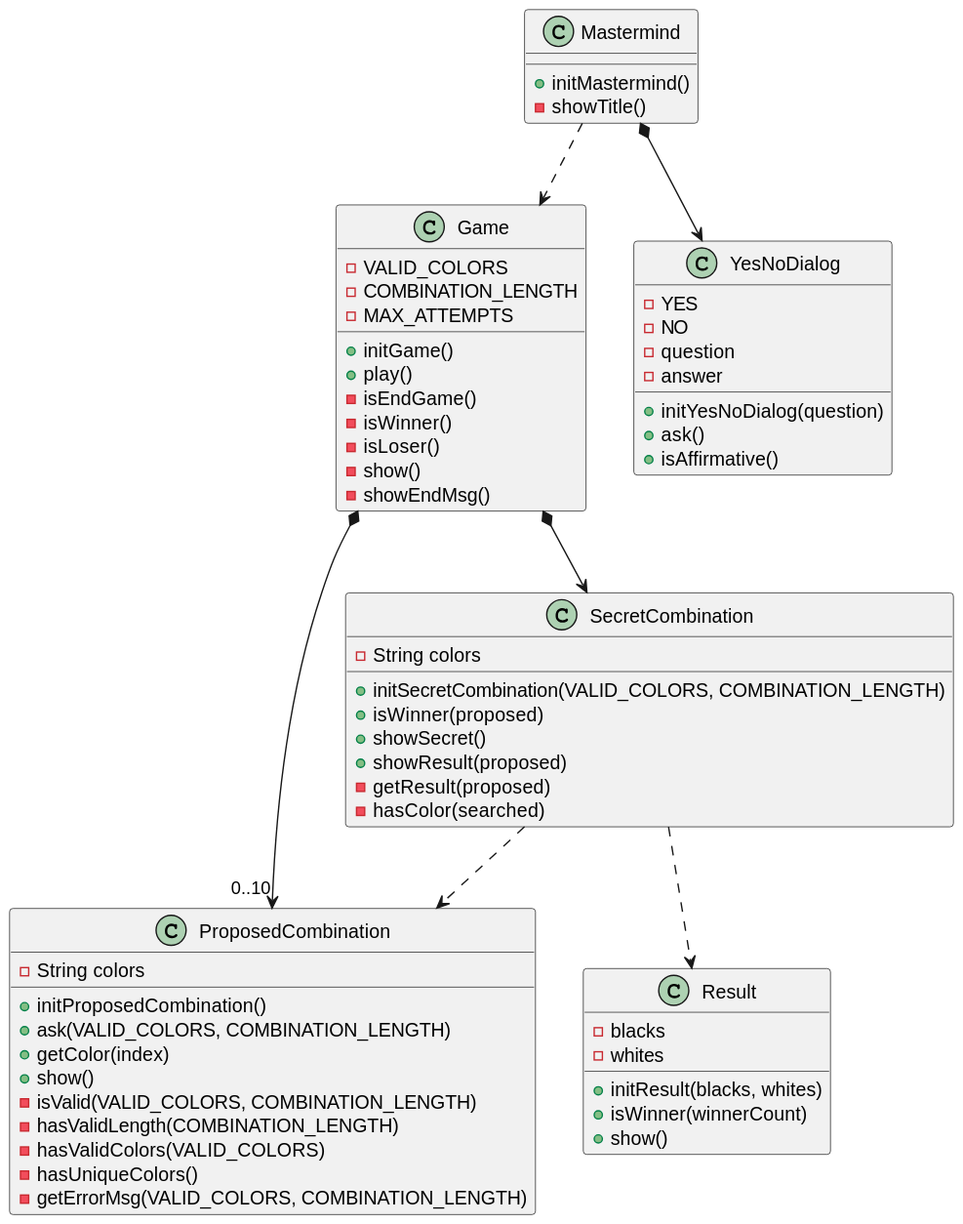
The PlantUML diagram docs/dev-resume/analysis.svg in PabloMartinFluvia/myGame-mastermind, before a commit.
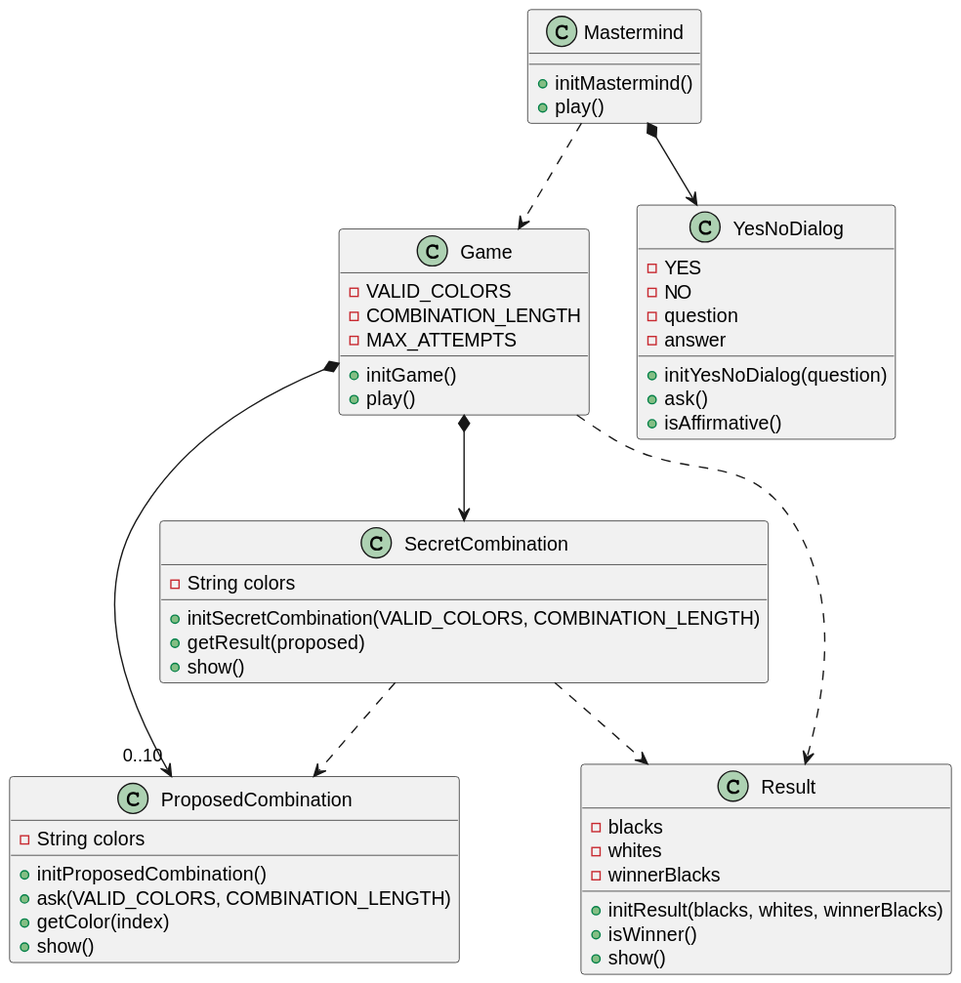
The same diagram one commit later.

What changed in the source:
```diff
@@ -2,7 +2,7 @@
 class Mastermind{
 
     + initMastermind()
-    - showTitle()
+    + play()
 }
 Mastermind ..> Game
 Mastermind *--> YesNoDialog
@@ -14,24 +14,17 @@
 
     + initGame()
     + play()
-    - isEndGame()
-    - isWinner()
-    - isLoser()
-    - show()
-    - showEndMsg()
 }
 Game *--> SecretCombination
 Game *--> "0..10" ProposedCombination
+Game .down.> Result
 
 class SecretCombination{
     - String colors
 
     + initSecretCombination(VALID_COLORS, COMBINATION_LENGTH)
-    + isWinner(proposed)
-    + showSecret()
-    + showResult(proposed)
-    - getResult(proposed)
-    - hasColor(searched)
+    + getResult(proposed)
+    + show()
 }
 SecretCombination .down.> ProposedCombination
 SecretCombination .down.> Result
@@ -43,19 +36,15 @@
     + ask(VALID_COLORS, COMBINATION_LENGTH)
     + getColor(index)
     + show()
-    - isValid(VALID_COLORS, COMBINATION_LENGTH)
-    - hasValidLength(COMBINATION_LENGTH)
-    - hasValidColors(VALID_COLORS)
-    - hasUniqueColors()
-    - getErrorMsg(VALID_COLORS, COMBINATION_LENGTH)
 }
 
 class Result{
-    -blacks
-    -whites
+    - blacks
+    - whites
+    - winnerBlacks
 
-    + initResult(blacks, whites)
-    + isWinner(winnerCount)
+    + initResult(blacks, whites, winnerBlacks)
+    + isWinner()
     + show()
 }
 
```
